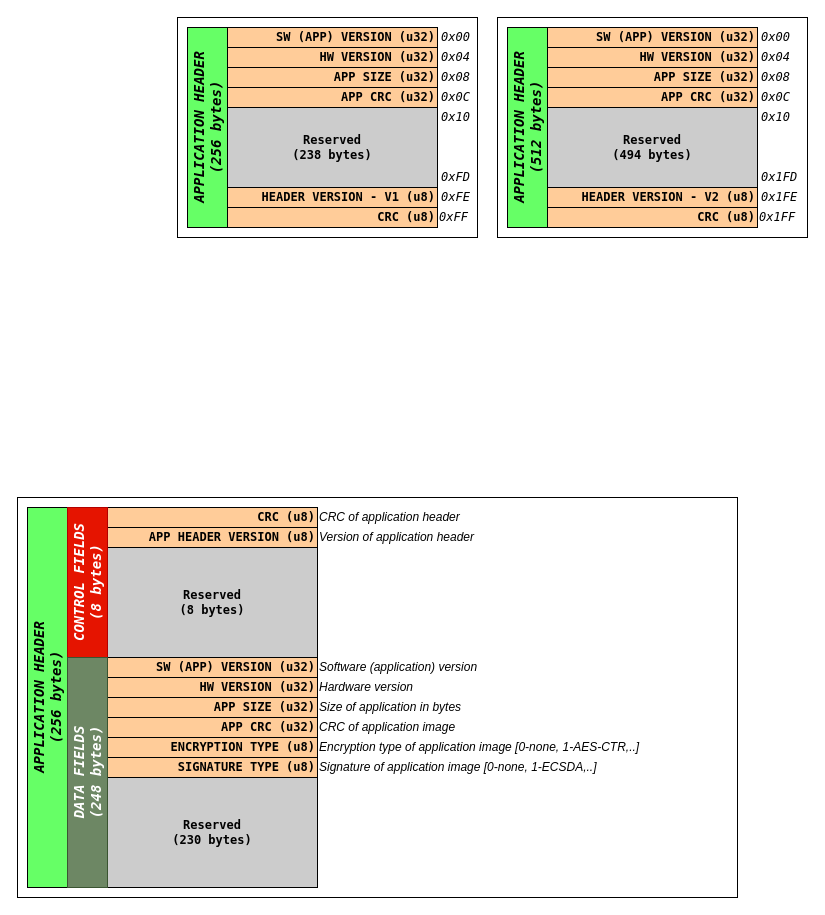
Earlier version of the draw.io diagram doc/Revision_drawings.drawio (GeneralEmbeddedCLibraries/revision). Source tidied: cells renumbered, new cells numbered last; positions are measured from the earlier drawing's top-left corner, leaving out a move shared by most shapes. Both pictures are drawn from the tidied source at 100%, with x=0, y=0 at pixel (17, 17).
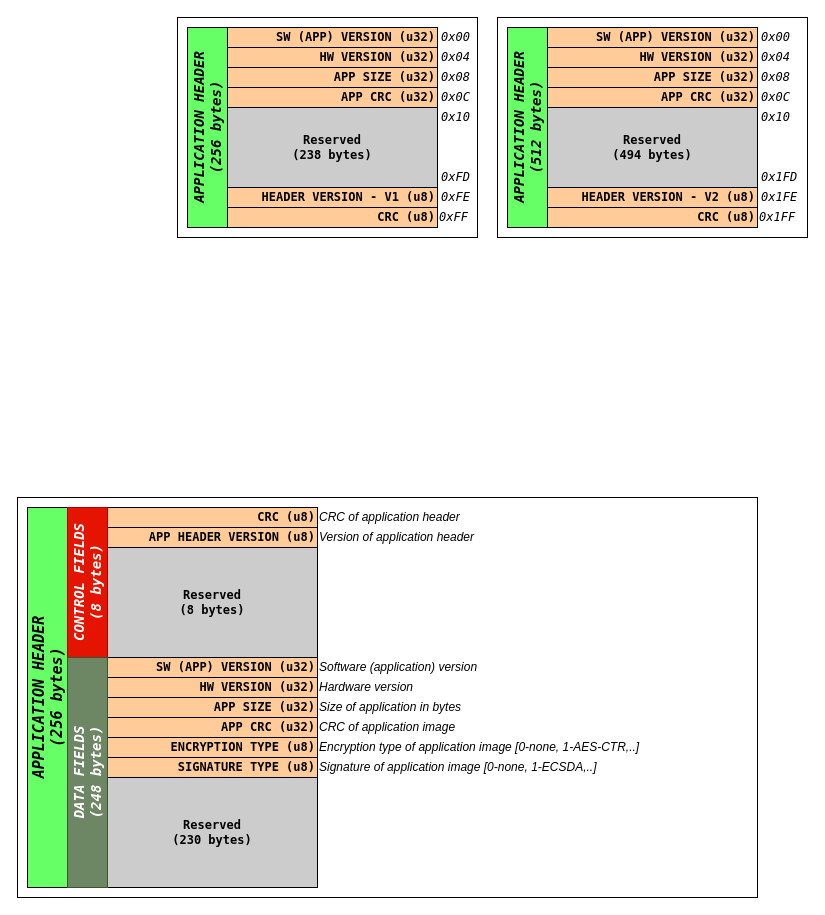
The same diagram, later.

Commit message (it also covers changes not shown here):
- change application header back to version 1 as it has completely different structure - updated drawings

The edit, as a diff of the source:
```diff
@@
     <mxCell id="2" style="rounded=0;whiteSpace=wrap;html=1;" parent="1" vertex="1">
-      <mxGeometry y="480" width="720" height="400" as="geometry" />
+      <mxGeometry y="480" width="740" height="400" as="geometry" />
     </mxCell>
@@
-    <mxCell id="37" value="APPLICATION HEADER&lt;br&gt;(256 bytes)" style="rounded=0;whiteSpace=wrap;html=1;strokeWidth=1;horizontal=0;fontStyle=3;fillColor=#66FF66;fontSize=14;fontFamily=Lucida Console;" parent="1" vertex="1">
+    <mxCell id="37" value="APPLICATION HEADER&lt;br style=&quot;font-size: 15px;&quot;&gt;(256 bytes)" style="rounded=0;whiteSpace=wrap;html=1;strokeWidth=1;horizontal=0;fontStyle=3;fillColor=#66FF66;fontSize=15;fontFamily=Lucida Console;" parent="1" vertex="1">
       <mxGeometry x="10" y="490" width="40" height="380" as="geometry" />
     </mxCell>
```
